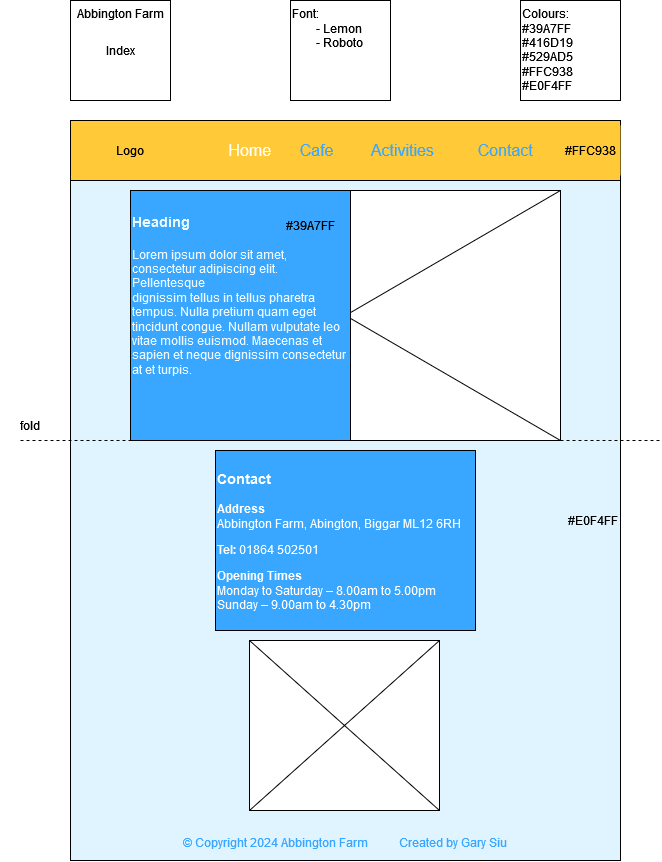
Above: GCC Software Development/Web Course/Assignment/Task 1/Index.png in G-Siu/100DaysOfCode (draw.io), before the change. Source tidied: cells renumbered, new cells last; positions are measured from the earlier drawing's top-left corner, leaving out a move shared by most shapes.
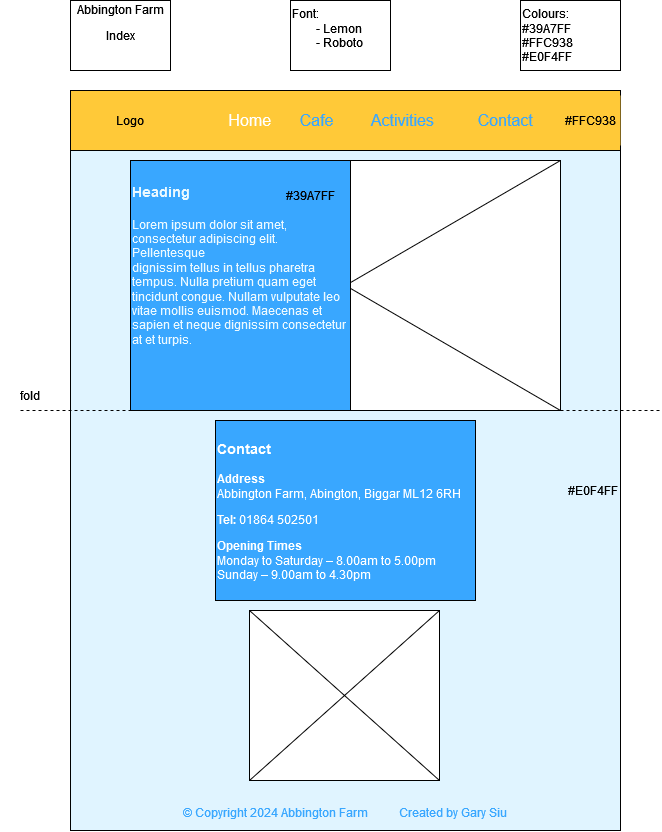
Later version of the same file.

What changed in the source:
```diff
@@ -3,19 +3,19 @@
     <mxCell id="0" />
     <mxCell id="1" parent="0" />
     <mxCell id="2" value="Font:&lt;br&gt;&lt;span style=&quot;white-space: pre;&quot;&gt;&#9;&lt;/span&gt;- Lemon&lt;br&gt;&lt;span style=&quot;white-space: pre;&quot;&gt;&#9;&lt;/span&gt;- Roboto" style="rounded=0;whiteSpace=wrap;html=1;align=left;verticalAlign=top;fontStyle=0;" parent="1" vertex="1">
-      <mxGeometry x="290" width="100" height="100" as="geometry" />
+      <mxGeometry x="290" y="30" width="100" height="70" as="geometry" />
     </mxCell>
-    <mxCell id="3" value="Colours:&lt;span style=&quot;&quot;&gt; &lt;br&gt;#39A7FF&lt;br&gt;#416D19&lt;br&gt;#529AD5&lt;/span&gt;&lt;br&gt;#FFC938&lt;br&gt;#E0F4FF" style="rounded=0;whiteSpace=wrap;html=1;align=left;verticalAlign=top;fontStyle=0;" parent="1" vertex="1">
-      <mxGeometry x="520" width="100" height="100" as="geometry" />
+    <mxCell id="3" value="Colours:&lt;span style=&quot;&quot;&gt; &lt;br&gt;#39A7FF&lt;/span&gt;&lt;br&gt;#FFC938&lt;br&gt;#E0F4FF" style="rounded=0;whiteSpace=wrap;html=1;align=left;verticalAlign=top;fontStyle=0;" parent="1" vertex="1">
+      <mxGeometry x="520" y="30" width="100" height="70" as="geometry" />
     </mxCell>
     <mxCell id="4" style="group;" parent="1" vertex="1">
-      <mxGeometry x="70" width="100" height="100" as="geometry" />
+      <mxGeometry x="70" y="30" width="100" height="70" as="geometry" />
     </mxCell>
     <mxCell id="5" value="Index" style="rounded=0;whiteSpace=wrap;html=1;align=center;verticalAlign=middle;" parent="4" vertex="1">
-      <mxGeometry width="100" height="100" as="geometry" />
+      <mxGeometry width="100" height="70" as="geometry" />
     </mxCell>
     <mxCell id="6" value="Abbington Farm" style="rounded=0;whiteSpace=wrap;html=1;strokeColor=none;fillColor=none;" parent="4" vertex="1">
-      <mxGeometry x="5" width="90" height="25" as="geometry" />
+      <mxGeometry x="5" width="90" height="17.5" as="geometry" />
     </mxCell>
     <mxCell id="7" style="rounded=0;whiteSpace=wrap;html=1;" parent="1" vertex="1">
       <mxGeometry x="70" y="120" width="550" height="490" as="geometry" />
```
